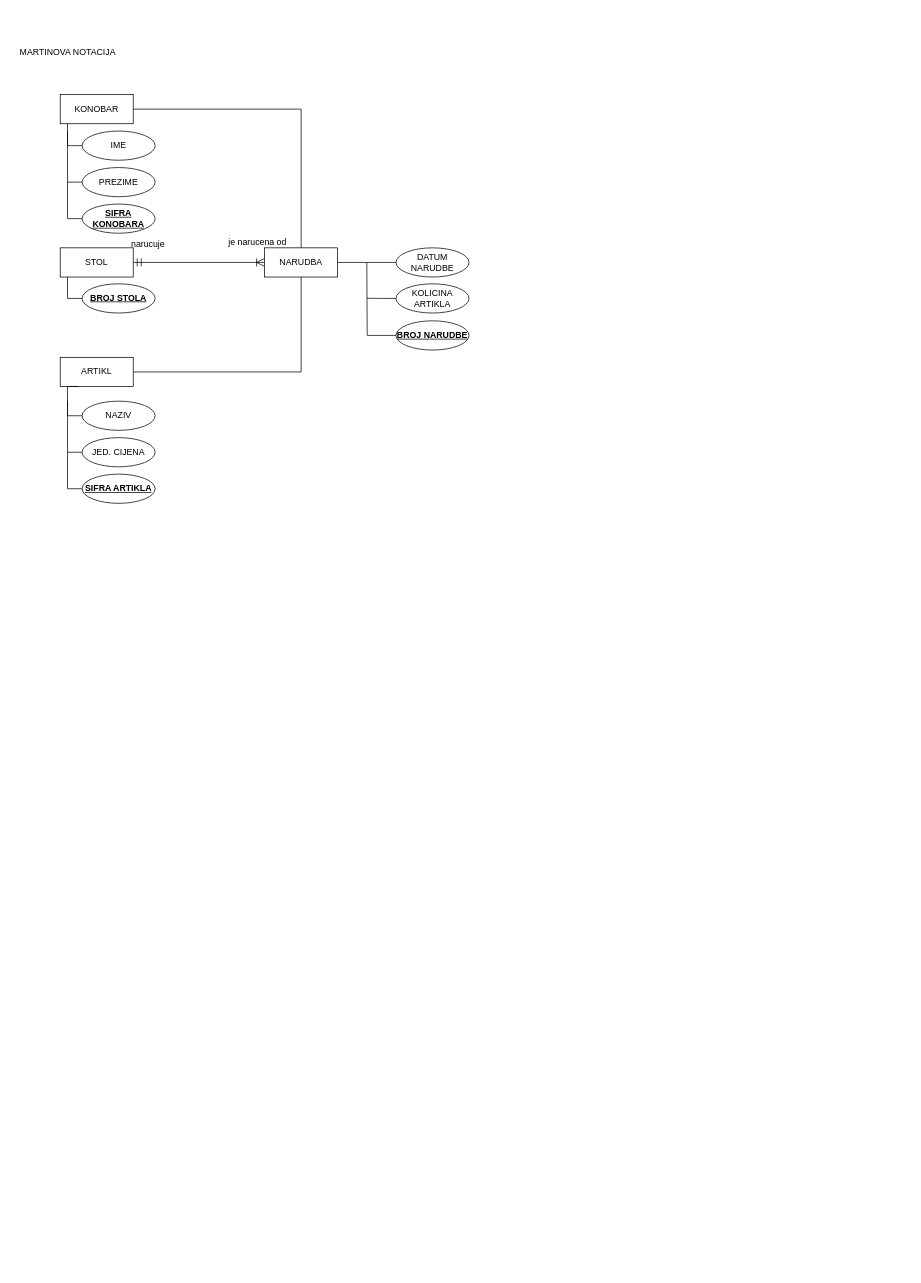
This is BP_vjezbe_20231011.drawio from ivorp95/Telematika, a draw.io file, before an edit. Source tidied: cells renumbered, new cells numbered last; positions are measured from the earlier drawing's top-left corner, leaving out a move shared by most shapes. Both pictures are drawn from the tidied source at 73%, with x=0, y=0 at pixel (12, 42).
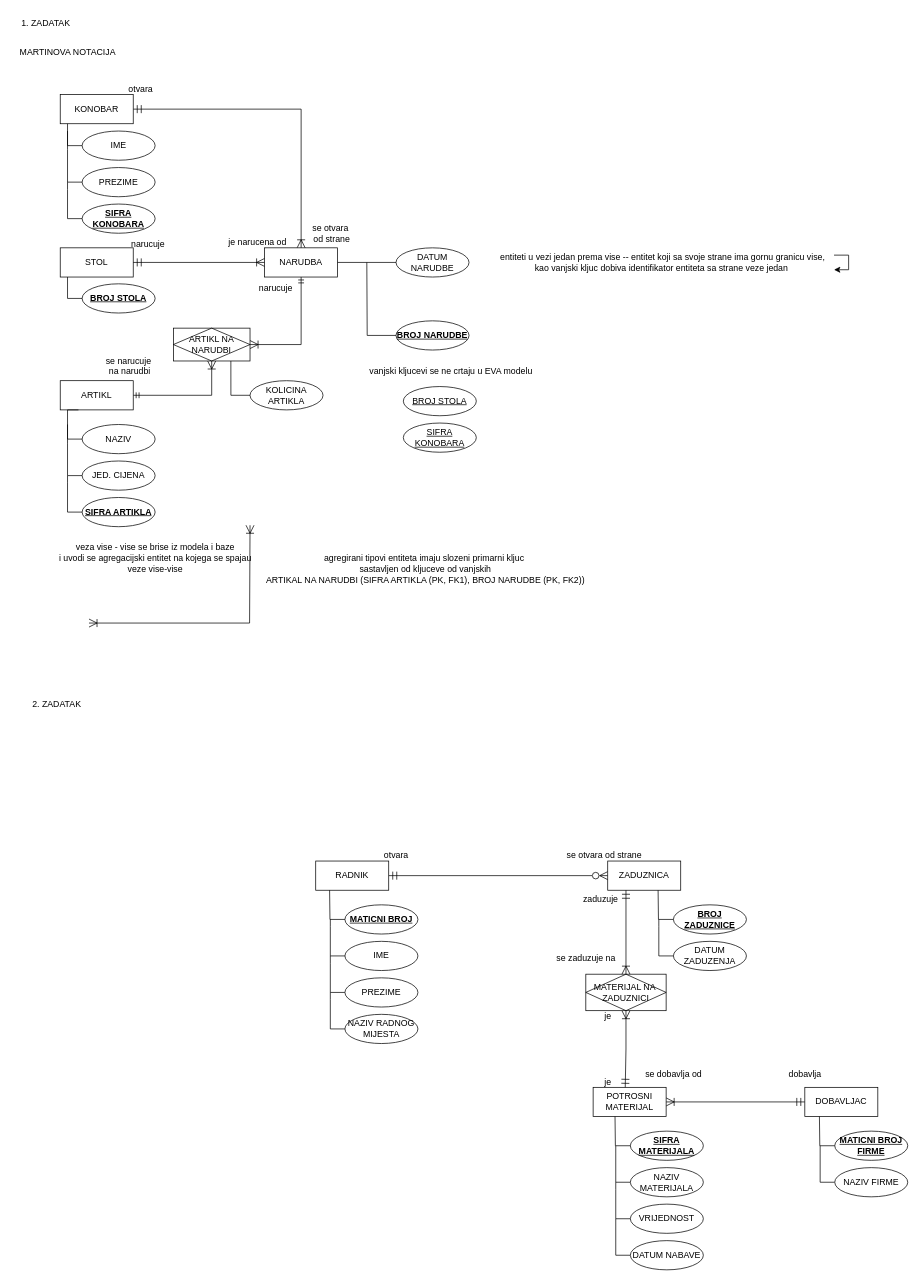
The same diagram, later.

The change refers to these unchanged cells:
```xml
<mxCell id="5" value="KONOBAR" style="whiteSpace=wrap;html=1;align=center;" parent="1" vertex="1">
  <mxGeometry x="65" y="72" width="100" height="40" as="geometry" />
</mxCell>
<mxCell id="8" value="NARUDBA" style="whiteSpace=wrap;html=1;align=center;" parent="1" vertex="1">
  <mxGeometry x="345" y="282" width="100" height="40" as="geometry" />
</mxCell>
```

Diff of the diagram source:
```diff
@@
+    <mxCell id="32" style="edgeStyle=orthogonalEdgeStyle;rounded=0;jettySize=auto;html=1;exitX=1;exitY=0.5;exitDx=0;exitDy=0;entryX=0.5;entryY=1;entryDx=0;entryDy=0;endArrow=ERoneToMany;endFill=0;endSize=9;startArrow=ERmandOne;startFill=0;" parent="1" edge="1" source="3" target="44">
+      <mxGeometry relative="1" as="geometry" />
+    </mxCell>
     <mxCell id="3" value="ARTIKL" style="whiteSpace=wrap;html=1;align=center;" parent="1" vertex="1">
-      <mxGeometry x="65" y="432" width="100" height="40" as="geometry" />
+      <mxGeometry x="65" y="464" width="100" height="40" as="geometry" />
     </mxCell>
-    <mxCell id="4" style="edgeStyle=orthogonalEdgeStyle;rounded=0;jettySize=auto;html=1;exitX=1;exitY=0.5;exitDx=0;exitDy=0;entryX=0.5;entryY=0;entryDx=0;entryDy=0;endArrow=none;endFill=0;" parent="1" edge="1" source="5" target="8">
+    <mxCell id="4" style="edgeStyle=orthogonalEdgeStyle;rounded=0;jettySize=auto;html=1;exitX=1;exitY=0.5;exitDx=0;exitDy=0;entryX=0.5;entryY=0;entryDx=0;entryDy=0;endArrow=ERoneToMany;endFill=0;endSize=9;startSize=9;startArrow=ERmandOne;startFill=0;" parent="1" edge="1" source="5" target="8">
       <mxGeometry relative="1" as="geometry" />
     </mxCell>
@@
-    <mxCell id="7" style="edgeStyle=orthogonalEdgeStyle;rounded=0;jettySize=auto;html=1;exitX=0.25;exitY=1;exitDx=0;exitDy=0;entryX=1;entryY=0.5;entryDx=0;entryDy=0;endArrow=none;endFill=0;" parent="1" edge="1" source="8" target="3">
+    <mxCell id="7" style="edgeStyle=orthogonalEdgeStyle;rounded=0;orthogonalLoop=1;jettySize=auto;html=1;entryX=1;entryY=0.5;entryDx=0;entryDy=0;endArrow=ERoneToMany;endFill=0;endSize=9;startSize=9;startArrow=ERoneToMany;startFill=0;exitX=0.866;exitY=-0.132;exitDx=0;exitDy=0;exitPerimeter=0;" parent="1" edge="1">
       <mxGeometry relative="1" as="geometry">
+        <mxPoint x="325" y="662" as="sourcePoint" />
+        <mxPoint x="104.4" y="796" as="targetPoint" />
         <Array as="points">
-          <mxPoint x="395" y="302" />
-          <mxPoint x="395" y="452" />
+          <mxPoint x="325.4" y="666" />
+          <mxPoint x="324.4" y="796" />
         </Array>
       </mxGeometry>
     </mxCell>
+    <mxCell id="33" style="edgeStyle=orthogonalEdgeStyle;rounded=0;jettySize=auto;html=1;exitX=0.5;exitY=1;exitDx=0;exitDy=0;entryX=1;entryY=0.5;entryDx=0;entryDy=0;endArrow=ERoneToMany;endFill=0;endSize=9;startArrow=ERmandOne;startFill=0;" parent="1" edge="1" source="8" target="44">
+      <mxGeometry relative="1" as="geometry" />
+    </mxCell>
@@
     <mxCell id="11" value="NAZIV" style="ellipse;whiteSpace=wrap;html=1;align=center;" parent="1" vertex="1">
-      <mxGeometry x="95" y="492" width="100" height="40" as="geometry" />
+      <mxGeometry x="95" y="524" width="100" height="40" as="geometry" />
     </mxCell>
     <mxCell id="12" style="edgeStyle=orthogonalEdgeStyle;rounded=0;jettySize=auto;html=1;exitX=0;exitY=0.5;exitDx=0;exitDy=0;endArrow=none;endFill=0;" parent="1" edge="1" source="13">
       <mxGeometry relative="1" as="geometry">
-        <mxPoint x="75" y="492" as="targetPoint" />
+        <mxPoint x="75" y="524" as="targetPoint" />
       </mxGeometry>
     </mxCell>
     <mxCell id="13" value="JED. CIJENA" style="ellipse;whiteSpace=wrap;html=1;align=center;" parent="1" vertex="1">
-      <mxGeometry x="95" y="542" width="100" height="40" as="geometry" />
+      <mxGeometry x="95" y="574" width="100" height="40" as="geometry" />
     </mxCell>
     <mxCell id="14" style="edgeStyle=orthogonalEdgeStyle;rounded=0;jettySize=auto;html=1;exitX=0;exitY=0.5;exitDx=0;exitDy=0;endArrow=none;endFill=0;" parent="1" edge="1" source="15">
       <mxGeometry relative="1" as="geometry">
-        <mxPoint x="75" y="562" as="targetPoint" />
+        <mxPoint x="75" y="594" as="targetPoint" />
       </mxGeometry>
     </mxCell>
     <mxCell id="15" value="&lt;b&gt;SIFRA ARTIKLA&lt;/b&gt;" style="ellipse;whiteSpace=wrap;html=1;align=center;fontStyle=4;" parent="1" vertex="1">
-      <mxGeometry x="95" y="592" width="100" height="40" as="geometry" />
+      <mxGeometry x="95" y="624" width="100" height="40" as="geometry" />
     </mxCell>
@@
     <mxCell id="26" value="KOLICINA ARTIKLA" style="ellipse;whiteSpace=wrap;html=1;align=center;" parent="1" vertex="1">
-      <mxGeometry x="525" y="331.3" width="100" height="40" as="geometry" />
+      <mxGeometry x="325" y="464" width="100" height="40" as="geometry" />
     </mxCell>
-    <mxCell id="27" style="edgeStyle=orthogonalEdgeStyle;rounded=0;jettySize=auto;html=1;exitX=0;exitY=0.5;exitDx=0;exitDy=0;endArrow=none;endFill=0;" parent="1" edge="1" source="26">
-      <mxGeometry relative="1" as="geometry">
-        <mxPoint x="485" y="351" as="targetPoint" />
-      </mxGeometry>
+    <mxCell id="27" style="edgeStyle=orthogonalEdgeStyle;rounded=0;jettySize=auto;html=1;exitX=0;exitY=0.5;exitDx=0;exitDy=0;endArrow=none;endFill=0;entryX=0.75;entryY=1;entryDx=0;entryDy=0;" parent="1" edge="1" source="26" target="44">
+      <mxGeometry relative="1" as="geometry" />
     </mxCell>
@@
+    <mxCell id="34" value="entiteti u vezi jedan prema vise -- entitet koji sa svoje strane ima gornu granicu vise, &lt;br&gt;kao vanjski kljuc dobiva identifikator entiteta sa strane veze jedan&amp;nbsp;" style="text;html=1;align=center;verticalAlign=middle;points=[];strokeColor=none;fillColor=none;" parent="1" vertex="1">
+      <mxGeometry x="655" y="282" width="470" height="40" as="geometry" />
+    </mxCell>
+    <mxCell id="35" style="edgeStyle=orthogonalEdgeStyle;rounded=0;orthogonalLoop=1;jettySize=auto;html=1;" parent="1" edge="1" source="34" target="34">
+      <mxGeometry relative="1" as="geometry" />
+    </mxCell>
+    <mxCell id="36" value="otvara" style="text;html=1;align=center;verticalAlign=middle;strokeColor=none;fillColor=none;" parent="1" vertex="1">
+      <mxGeometry x="145" y="50" width="60" height="30" as="geometry" />
+    </mxCell>
+    <mxCell id="37" value="se otvara&lt;br&gt;&amp;nbsp;od strane" style="text;html=1;align=center;verticalAlign=middle;strokeColor=none;fillColor=none;" parent="1" vertex="1">
+      <mxGeometry x="395" y="242" width="80" height="40" as="geometry" />
+    </mxCell>
+    <mxCell id="38" value="vanjski kljucevi se ne crtaju u EVA modelu" style="text;html=1;align=center;verticalAlign=middle;strokeColor=none;fillColor=none;" parent="1" vertex="1">
+      <mxGeometry x="475" y="437" width="250" height="30" as="geometry" />
+    </mxCell>
+    <mxCell id="39" value="&lt;u&gt;BROJ STOLA&lt;/u&gt;" style="ellipse;whiteSpace=wrap;html=1;align=center;" parent="1" vertex="1">
+      <mxGeometry x="535" y="472" width="100" height="40" as="geometry" />
+    </mxCell>
+    <mxCell id="40" value="SIFRA KONOBARA" style="ellipse;whiteSpace=wrap;html=1;align=center;fontStyle=4;" parent="1" vertex="1">
+      <mxGeometry x="535" y="522" width="100" height="40" as="geometry" />
+    </mxCell>
+    <mxCell id="41" value="narucuje" style="text;html=1;align=center;verticalAlign=middle;strokeColor=none;fillColor=none;" parent="1" vertex="1">
+      <mxGeometry x="325" y="322" width="70" height="30" as="geometry" />
+    </mxCell>
+    <mxCell id="42" value="se narucuje&amp;nbsp;&lt;br&gt;na narudbi" style="text;html=1;align=center;verticalAlign=middle;strokeColor=none;fillColor=none;" parent="1" vertex="1">
+      <mxGeometry x="115" y="424" width="90" height="40" as="geometry" />
+    </mxCell>
+    <mxCell id="43" value="veza vise - vise se brise iz modela i baze&lt;br&gt;i uvodi se agregacijski entitet na kojega se spajau&lt;br&gt;veze vise-vise" style="text;html=1;align=center;verticalAlign=middle;strokeColor=none;fillColor=none;" parent="1" vertex="1">
+      <mxGeometry x="50" y="677" width="290" height="60" as="geometry" />
+    </mxCell>
+    <mxCell id="44" value="&lt;span style=&quot;white-space: pre;&quot;&gt;ARTIKL NA&lt;br&gt;NARUDBI&lt;br&gt;&lt;/span&gt;" style="shape=associativeEntity;whiteSpace=wrap;html=1;align=center;" parent="1" vertex="1">
+      <mxGeometry x="220" y="392" width="105" height="45" as="geometry" />
+    </mxCell>
+    <mxCell id="45" value="agregirani tipovi entiteta imaju slozeni primarni kljuc&amp;nbsp;&lt;br&gt;sastavljen od kljuceve od vanjskih&lt;br&gt;ARTIKAL NA NARUDBI (SIFRA ARTIKLA (PK, FK1), BROJ NARUDBE (PK, FK2))" style="text;html=1;align=center;verticalAlign=middle;strokeColor=none;fillColor=none;" parent="1" vertex="1">
+      <mxGeometry x="335" y="692" width="460" height="60" as="geometry" />
+    </mxCell>
+    <mxCell id="46" value="1. ZADATAK" style="text;html=1;align=center;verticalAlign=middle;strokeColor=none;fillColor=none;" parent="1" vertex="1">
+      <mxGeometry y="-40" width="90" height="30" as="geometry" />
+    </mxCell>
+    <mxCell id="47" value="2. ZADATAK" style="text;html=1;align=center;verticalAlign=middle;strokeColor=none;fillColor=none;" parent="1" vertex="1">
+      <mxGeometry x="15" y="892" width="90" height="30" as="geometry" />
+    </mxCell>
+    <mxCell id="48" style="edgeStyle=orthogonalEdgeStyle;rounded=0;jettySize=auto;html=1;exitX=1;exitY=0.5;exitDx=0;exitDy=0;entryX=0;entryY=0.5;entryDx=0;entryDy=0;endArrow=ERzeroToMany;endFill=0;endSize=9;startSize=9;startArrow=ERmandOne;startFill=0;" parent="1" edge="1" source="49" target="73">
+      <mxGeometry relative="1" as="geometry" />
+    </mxCell>
+    <mxCell id="49" value="RADNIK" style="whiteSpace=wrap;html=1;align=center;" parent="1" vertex="1">
+      <mxGeometry x="415" y="1122" width="100" height="40" as="geometry" />
+    </mxCell>
+    <mxCell id="50" style="edgeStyle=orthogonalEdgeStyle;rounded=0;jettySize=auto;html=1;exitX=1;exitY=0.5;exitDx=0;exitDy=0;entryX=0;entryY=0.5;entryDx=0;entryDy=0;endArrow=ERmandOne;endFill=0;endSize=9;startSize=9;startArrow=ERoneToMany;startFill=0;" parent="1" edge="1" source="51" target="68">
+      <mxGeometry relative="1" as="geometry" />
+    </mxCell>
+    <mxCell id="51" value="POTROSNI&lt;br&gt;MATERIJAL" style="whiteSpace=wrap;html=1;align=center;" parent="1" vertex="1">
+      <mxGeometry x="795" y="1432" width="100" height="40" as="geometry" />
+    </mxCell>
+    <mxCell id="52" value="&lt;b&gt;&lt;u&gt;MATICNI BROJ&lt;/u&gt;&lt;/b&gt;" style="ellipse;whiteSpace=wrap;html=1;align=center;" parent="1" vertex="1">
+      <mxGeometry x="455" y="1182" width="100" height="40" as="geometry" />
+    </mxCell>
+    <mxCell id="53" style="edgeStyle=orthogonalEdgeStyle;rounded=0;jettySize=auto;html=1;exitX=0;exitY=0.5;exitDx=0;exitDy=0;endArrow=none;endFill=0;" parent="1" edge="1" source="54">
+      <mxGeometry relative="1" as="geometry">
+        <mxPoint x="435" y="1302" as="targetPoint" />
+      </mxGeometry>
+    </mxCell>
+    <mxCell id="54" value="NAZIV RADNOG MIJESTA" style="ellipse;whiteSpace=wrap;html=1;align=center;" parent="1" vertex="1">
+      <mxGeometry x="455" y="1332" width="100" height="40" as="geometry" />
+    </mxCell>
+    <mxCell id="55" style="edgeStyle=orthogonalEdgeStyle;rounded=0;jettySize=auto;html=1;exitX=0;exitY=0.5;exitDx=0;exitDy=0;endArrow=none;endFill=0;" parent="1" edge="1" source="56">
+      <mxGeometry relative="1" as="geometry">
+        <mxPoint x="435" y="1252" as="targetPoint" />
+      </mxGeometry>
+    </mxCell>
+    <mxCell id="56" value="PREZIME" style="ellipse;whiteSpace=wrap;html=1;align=center;" parent="1" vertex="1">
+      <mxGeometry x="455" y="1282" width="100" height="40" as="geometry" />
+    </mxCell>
+    <mxCell id="57" style="edgeStyle=orthogonalEdgeStyle;rounded=0;jettySize=auto;html=1;exitX=0;exitY=0.5;exitDx=0;exitDy=0;endArrow=none;endFill=0;" parent="1" edge="1" source="58">
+      <mxGeometry relative="1" as="geometry">
+        <mxPoint x="435" y="1202" as="targetPoint" />
+      </mxGeometry>
+    </mxCell>
+    <mxCell id="58" value="IME" style="ellipse;whiteSpace=wrap;html=1;align=center;" parent="1" vertex="1">
+      <mxGeometry x="455" y="1232" width="100" height="40" as="geometry" />
+    </mxCell>
+    <mxCell id="59" style="edgeStyle=orthogonalEdgeStyle;rounded=0;jettySize=auto;html=1;exitX=0;exitY=0.5;exitDx=0;exitDy=0;endArrow=none;endFill=0;" parent="1" edge="1" source="52">
+      <mxGeometry relative="1" as="geometry">
+        <mxPoint x="434" y="1162" as="targetPoint" />
+      </mxGeometry>
+    </mxCell>
+    <mxCell id="60" value="&lt;b&gt;&lt;u&gt;SIFRA MATERIJALA&lt;/u&gt;&lt;/b&gt;" style="ellipse;whiteSpace=wrap;html=1;align=center;" parent="1" vertex="1">
+      <mxGeometry x="846" y="1492" width="100" height="40" as="geometry" />
+    </mxCell>
+    <mxCell id="61" style="edgeStyle=orthogonalEdgeStyle;rounded=0;jettySize=auto;html=1;exitX=0;exitY=0.5;exitDx=0;exitDy=0;endArrow=none;endFill=0;" parent="1" edge="1" source="62">
+      <mxGeometry relative="1" as="geometry">
+        <mxPoint x="826" y="1612" as="targetPoint" />
+      </mxGeometry>
+    </mxCell>
+    <mxCell id="62" value="DATUM NABAVE" style="ellipse;whiteSpace=wrap;html=1;align=center;" parent="1" vertex="1">
+      <mxGeometry x="846" y="1642" width="100" height="40" as="geometry" />
+    </mxCell>
+    <mxCell id="63" style="edgeStyle=orthogonalEdgeStyle;rounded=0;jettySize=auto;html=1;exitX=0;exitY=0.5;exitDx=0;exitDy=0;endArrow=none;endFill=0;" parent="1" edge="1" source="64">
+      <mxGeometry relative="1" as="geometry">
+        <mxPoint x="826" y="1562" as="targetPoint" />
+      </mxGeometry>
+    </mxCell>
+    <mxCell id="64" value="VRIJEDNOST" style="ellipse;whiteSpace=wrap;html=1;align=center;" parent="1" vertex="1">
+      <mxGeometry x="846" y="1592" width="100" height="40" as="geometry" />
+    </mxCell>
+    <mxCell id="65" style="edgeStyle=orthogonalEdgeStyle;rounded=0;jettySize=auto;html=1;exitX=0;exitY=0.5;exitDx=0;exitDy=0;endArrow=none;endFill=0;" parent="1" edge="1" source="66">
+      <mxGeometry relative="1" as="geometry">
+        <mxPoint x="826" y="1512" as="targetPoint" />
+      </mxGeometry>
+    </mxCell>
+    <mxCell id="66" value="NAZIV MATERIJALA" style="ellipse;whiteSpace=wrap;html=1;align=center;" parent="1" vertex="1">
+      <mxGeometry x="846" y="1542" width="100" height="40" as="geometry" />
+    </mxCell>
+    <mxCell id="67" style="edgeStyle=orthogonalEdgeStyle;rounded=0;jettySize=auto;html=1;exitX=0;exitY=0.5;exitDx=0;exitDy=0;endArrow=none;endFill=0;" parent="1" edge="1" source="60">
+      <mxGeometry relative="1" as="geometry">
+        <mxPoint x="825" y="1472" as="targetPoint" />
+      </mxGeometry>
+    </mxCell>
+    <mxCell id="68" value="DOBAVLJAC" style="whiteSpace=wrap;html=1;align=center;" parent="1" vertex="1">
+      <mxGeometry x="1085" y="1432" width="100" height="40" as="geometry" />
+    </mxCell>
+    <mxCell id="69" value="&lt;b&gt;&lt;u&gt;MATICNI BROJ FIRME&lt;/u&gt;&lt;/b&gt;" style="ellipse;whiteSpace=wrap;html=1;align=center;" parent="1" vertex="1">
+      <mxGeometry x="1126" y="1492" width="100" height="40" as="geometry" />
+    </mxCell>
+    <mxCell id="70" style="edgeStyle=orthogonalEdgeStyle;rounded=0;jettySize=auto;html=1;exitX=0;exitY=0.5;exitDx=0;exitDy=0;endArrow=none;endFill=0;" parent="1" edge="1" source="71">
+      <mxGeometry relative="1" as="geometry">
+        <mxPoint x="1106" y="1512" as="targetPoint" />
+      </mxGeometry>
+    </mxCell>
+    <mxCell id="71" value="NAZIV FIRME" style="ellipse;whiteSpace=wrap;html=1;align=center;" parent="1" vertex="1">
+      <mxGeometry x="1126" y="1542" width="100" height="40" as="geometry" />
+    </mxCell>
+    <mxCell id="72" style="edgeStyle=orthogonalEdgeStyle;rounded=0;jettySize=auto;html=1;exitX=0;exitY=0.5;exitDx=0;exitDy=0;endArrow=none;endFill=0;" parent="1" edge="1" source="69">
+      <mxGeometry relative="1" as="geometry">
+        <mxPoint x="1105" y="1472" as="targetPoint" />
+      </mxGeometry>
+    </mxCell>
+    <mxCell id="73" value="ZADUZNICA" style="whiteSpace=wrap;html=1;align=center;" parent="1" vertex="1">
+      <mxGeometry x="815" y="1122" width="100" height="40" as="geometry" />
+    </mxCell>
+    <mxCell id="74" value="&lt;b&gt;&lt;u&gt;BROJ ZADUZNICE&lt;/u&gt;&lt;/b&gt;" style="ellipse;whiteSpace=wrap;html=1;align=center;" parent="1" vertex="1">
+      <mxGeometry x="905" y="1182" width="100" height="40" as="geometry" />
+    </mxCell>
+    <mxCell id="75" style="edgeStyle=orthogonalEdgeStyle;rounded=0;jettySize=auto;html=1;exitX=0;exitY=0.5;exitDx=0;exitDy=0;endArrow=none;endFill=0;" parent="1" edge="1" source="76">
+      <mxGeometry relative="1" as="geometry">
+        <mxPoint x="885" y="1202" as="targetPoint" />
+      </mxGeometry>
+    </mxCell>
+    <mxCell id="76" value="DATUM ZADUZENJA" style="ellipse;whiteSpace=wrap;html=1;align=center;" parent="1" vertex="1">
+      <mxGeometry x="905" y="1232" width="100" height="40" as="geometry" />
+    </mxCell>
+    <mxCell id="77" style="edgeStyle=orthogonalEdgeStyle;rounded=0;jettySize=auto;html=1;exitX=0;exitY=0.5;exitDx=0;exitDy=0;endArrow=none;endFill=0;" parent="1" edge="1" source="74">
+      <mxGeometry relative="1" as="geometry">
+        <mxPoint x="884" y="1162" as="targetPoint" />
+      </mxGeometry>
+    </mxCell>
+    <mxCell id="78" value="otvara" style="text;html=1;align=center;verticalAlign=middle;strokeColor=none;fillColor=none;" parent="1" vertex="1">
+      <mxGeometry x="495" y="1100" width="60" height="30" as="geometry" />
+    </mxCell>
+    <mxCell id="79" value="se otvara od strane" style="text;html=1;align=center;verticalAlign=middle;strokeColor=none;fillColor=none;" parent="1" vertex="1">
+      <mxGeometry x="745" y="1100" width="130" height="30" as="geometry" />
+    </mxCell>
+    <mxCell id="80" style="edgeStyle=orthogonalEdgeStyle;rounded=0;jettySize=auto;html=1;exitX=0.5;exitY=1;exitDx=0;exitDy=0;startArrow=ERoneToMany;startFill=0;endArrow=ERmandOne;endFill=0;endSize=9;startSize=9;" parent="1" edge="1" source="82">
+      <mxGeometry relative="1" as="geometry">
+        <mxPoint x="839" y="1432" as="targetPoint" />
+      </mxGeometry>
+    </mxCell>
+    <mxCell id="81" style="edgeStyle=orthogonalEdgeStyle;rounded=0;jettySize=auto;html=1;exitX=0.5;exitY=0;exitDx=0;exitDy=0;entryX=0.25;entryY=1;entryDx=0;entryDy=0;startArrow=ERoneToMany;startFill=0;endSize=9;startSize=9;endArrow=ERmandOne;endFill=0;" parent="1" edge="1" source="82" target="73">
+      <mxGeometry relative="1" as="geometry" />
+    </mxCell>
+    <mxCell id="82" value="&lt;span style=&quot;white-space: pre;&quot;&gt;MATERIJAL NA &lt;br/&gt;ZADUZNICI&lt;br/&gt;&lt;/span&gt;" style="shape=associativeEntity;whiteSpace=wrap;html=1;align=center;" parent="1" vertex="1">
+      <mxGeometry x="785" y="1277" width="110" height="50" as="geometry" />
+    </mxCell>
+    <mxCell id="83" value="zaduzuje" style="text;html=1;align=center;verticalAlign=middle;strokeColor=none;fillColor=none;" parent="1" vertex="1">
+      <mxGeometry x="770" y="1160" width="70" height="30" as="geometry" />
+    </mxCell>
+    <mxCell id="84" value="se zaduzuje na" style="text;html=1;align=center;verticalAlign=middle;strokeColor=none;fillColor=none;" parent="1" vertex="1">
+      <mxGeometry x="735" y="1240" width="100" height="30" as="geometry" />
+    </mxCell>
+    <mxCell id="85" value="je" style="text;html=1;align=center;verticalAlign=middle;strokeColor=none;fillColor=none;" parent="1" vertex="1">
+      <mxGeometry x="800" y="1320" width="30" height="30" as="geometry" />
+    </mxCell>
+    <mxCell id="86" value="je" style="text;html=1;align=center;verticalAlign=middle;strokeColor=none;fillColor=none;" parent="1" vertex="1">
+      <mxGeometry x="800" y="1410" width="30" height="30" as="geometry" />
+    </mxCell>
+    <mxCell id="87" value="dobavlja" style="text;html=1;align=center;verticalAlign=middle;strokeColor=none;fillColor=none;" parent="1" vertex="1">
+      <mxGeometry x="1050" y="1400" width="70" height="30" as="geometry" />
+    </mxCell>
+    <mxCell id="88" value="se dobavlja od" style="text;html=1;align=center;verticalAlign=middle;strokeColor=none;fillColor=none;" parent="1" vertex="1">
+      <mxGeometry x="855" y="1400" width="100" height="30" as="geometry" />
+    </mxCell>
```
